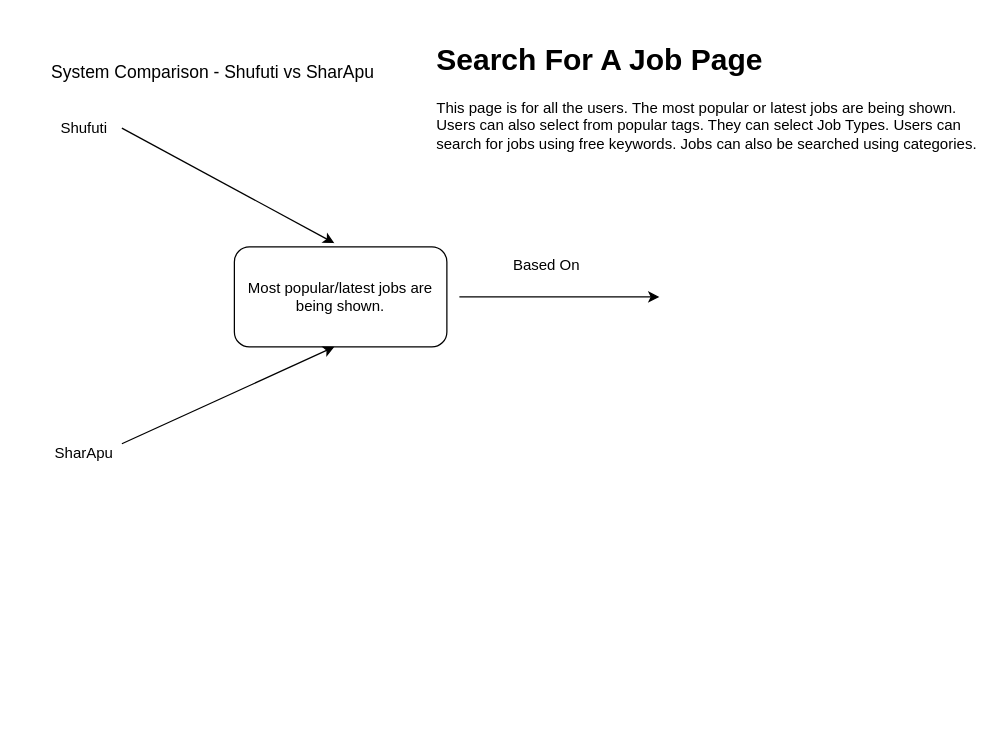
Earlier version of the draw.io diagram System Comparison - Shufuti vs SharApu/SearchForAJobPage.drawio (SumaiyaTarannumNoor/SharApu-Job-Portal). Source tidied: cells renumbered, new cells numbered last; positions are measured from the earlier drawing's top-left corner, leaving out a move shared by most shapes. Both pictures are drawn from the tidied source at 125%, with x=0, y=0 at pixel (21, 21).
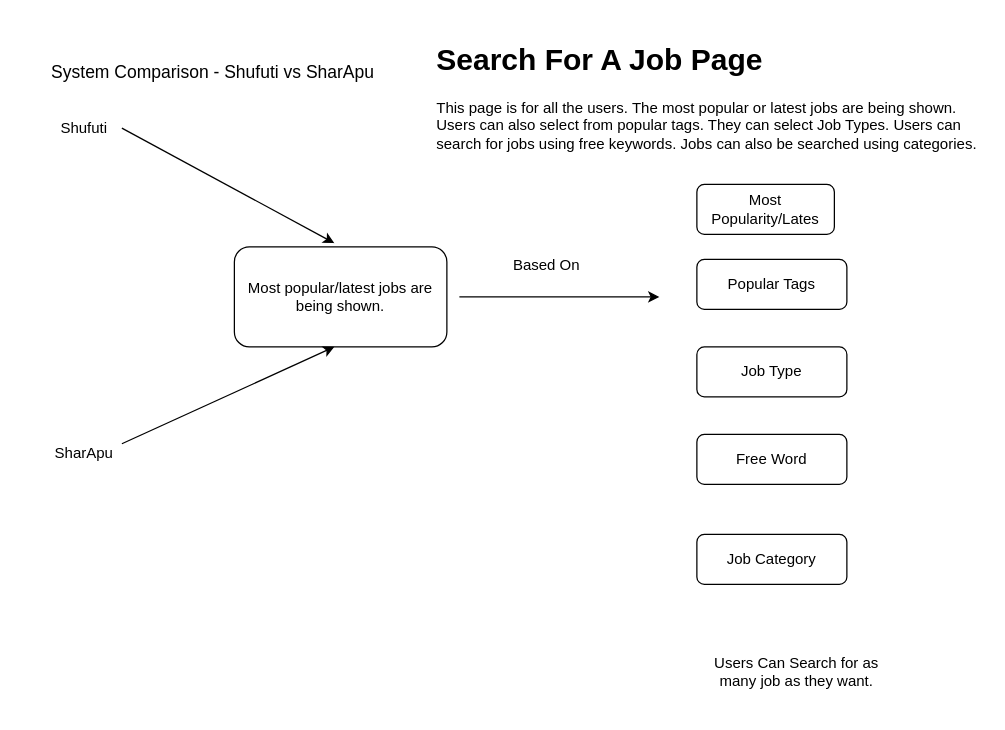
The same diagram, later.

Change to the diagram source:
```diff
@@
 <mxGraphModel>
   <root>
     <mxCell id="0" />
     <mxCell id="1" parent="0" />
     <mxCell id="2" value="&lt;font style=&quot;font-size: 14px;&quot;&gt;System Comparison - Shufuti vs SharApu&amp;nbsp;&lt;/font&gt;" style="text;html=1;align=center;verticalAlign=middle;whiteSpace=wrap;rounded=0;" parent="1" vertex="1">
       <mxGeometry width="310" height="80" as="geometry" />
     </mxCell>
     <mxCell id="3" value="Shufuti" style="text;html=1;align=center;verticalAlign=middle;whiteSpace=wrap;rounded=0;" parent="1" vertex="1">
       <mxGeometry x="20" y="70" width="60" height="30" as="geometry" />
     </mxCell>
     <mxCell id="4" value="SharApu" style="text;html=1;align=center;verticalAlign=middle;whiteSpace=wrap;rounded=0;" parent="1" vertex="1">
       <mxGeometry x="20" y="330" width="60" height="30" as="geometry" />
     </mxCell>
     <mxCell id="5" value="Most popular/latest jobs are being shown." style="rounded=1;whiteSpace=wrap;html=1;" parent="1" vertex="1">
       <mxGeometry x="170" y="180" width="170" height="80" as="geometry" />
     </mxCell>
     <mxCell id="6" style="endArrow=classic;html=1;rounded=0;exitX=1;exitY=0.5;exitDx=0;exitDy=0;" parent="1" edge="1" source="3">
       <mxGeometry relative="1" as="geometry">
         <mxPoint x="250" y="177" as="targetPoint" />
       </mxGeometry>
     </mxCell>
     <mxCell id="7" style="endArrow=classic;html=1;rounded=0;exitX=1;exitY=0.25;exitDx=0;exitDy=0;" parent="1" edge="1" source="4">
       <mxGeometry relative="1" as="geometry">
         <mxPoint x="250" y="260" as="targetPoint" />
       </mxGeometry>
     </mxCell>
     <mxCell id="8" value="&lt;h1 style=&quot;margin-top: 0px;&quot;&gt;Search For A Job Page&lt;/h1&gt;&lt;p&gt;This page is for all the users. The most popular or latest jobs are being shown. Users can also select from popular tags. They can select Job Types. Users can search for jobs using free keywords. Jobs can also be searched using categories.&lt;/p&gt;" style="text;html=1;whiteSpace=wrap;overflow=hidden;rounded=0;" parent="1" vertex="1">
       <mxGeometry x="330" y="10" width="440" height="120" as="geometry" />
     </mxCell>
     <mxCell id="9" style="endArrow=classic;html=1;rounded=0;" parent="1" edge="1">
       <mxGeometry relative="1" as="geometry">
         <mxPoint x="350" y="220" as="sourcePoint" />
         <mxPoint x="510" y="220" as="targetPoint" />
       </mxGeometry>
     </mxCell>
     <mxCell id="10" value="Based On" style="text;html=1;align=center;verticalAlign=middle;whiteSpace=wrap;rounded=0;" parent="1" vertex="1">
       <mxGeometry x="390" y="180" width="60" height="30" as="geometry" />
     </mxCell>
+    <mxCell id="11" value="Most Popularity/Lates" style="rounded=1;whiteSpace=wrap;html=1;" parent="1" vertex="1">
+      <mxGeometry x="540" y="130" width="110" height="40" as="geometry" />
+    </mxCell>
+    <mxCell id="12" value="Popular Tags" style="rounded=1;whiteSpace=wrap;html=1;" parent="1" vertex="1">
+      <mxGeometry x="540" y="190" width="120" height="40" as="geometry" />
+    </mxCell>
+    <mxCell id="13" value="Job Type" style="rounded=1;whiteSpace=wrap;html=1;" parent="1" vertex="1">
+      <mxGeometry x="540" y="260" width="120" height="40" as="geometry" />
+    </mxCell>
+    <mxCell id="14" value="Free Word" style="rounded=1;whiteSpace=wrap;html=1;" parent="1" vertex="1">
+      <mxGeometry x="540" y="330" width="120" height="40" as="geometry" />
+    </mxCell>
+    <mxCell id="15" value="Job Category" style="rounded=1;whiteSpace=wrap;html=1;" parent="1" vertex="1">
+      <mxGeometry x="540" y="410" width="120" height="40" as="geometry" />
+    </mxCell>
+    <mxCell id="16" value="Users Can Search for as many job as they want." style="text;html=1;align=center;verticalAlign=middle;whiteSpace=wrap;rounded=0;" parent="1" vertex="1">
+      <mxGeometry x="540" y="490" width="160" height="60" as="geometry" />
+    </mxCell>
   </root>
 </mxGraphModel>
```
